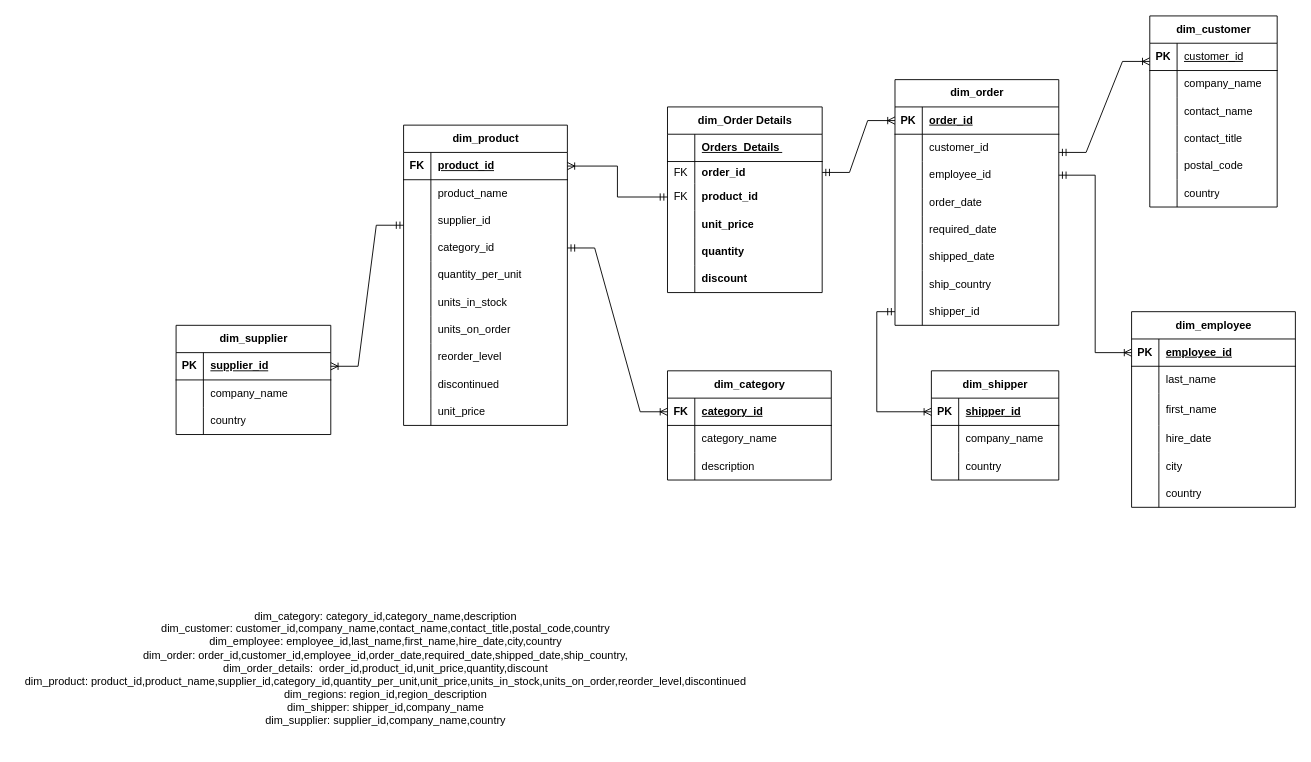
Earlier version of the draw.io diagram Copy of Data storage_final before.drawio (AkhilaJagajjetty/datastorage). Source tidied: cells renumbered, new cells numbered last; positions are measured from the earlier drawing's top-left corner, leaving out a move shared by most shapes. Both pictures are drawn from the tidied source at 91%, with x=0, y=0 at pixel (15, 15).
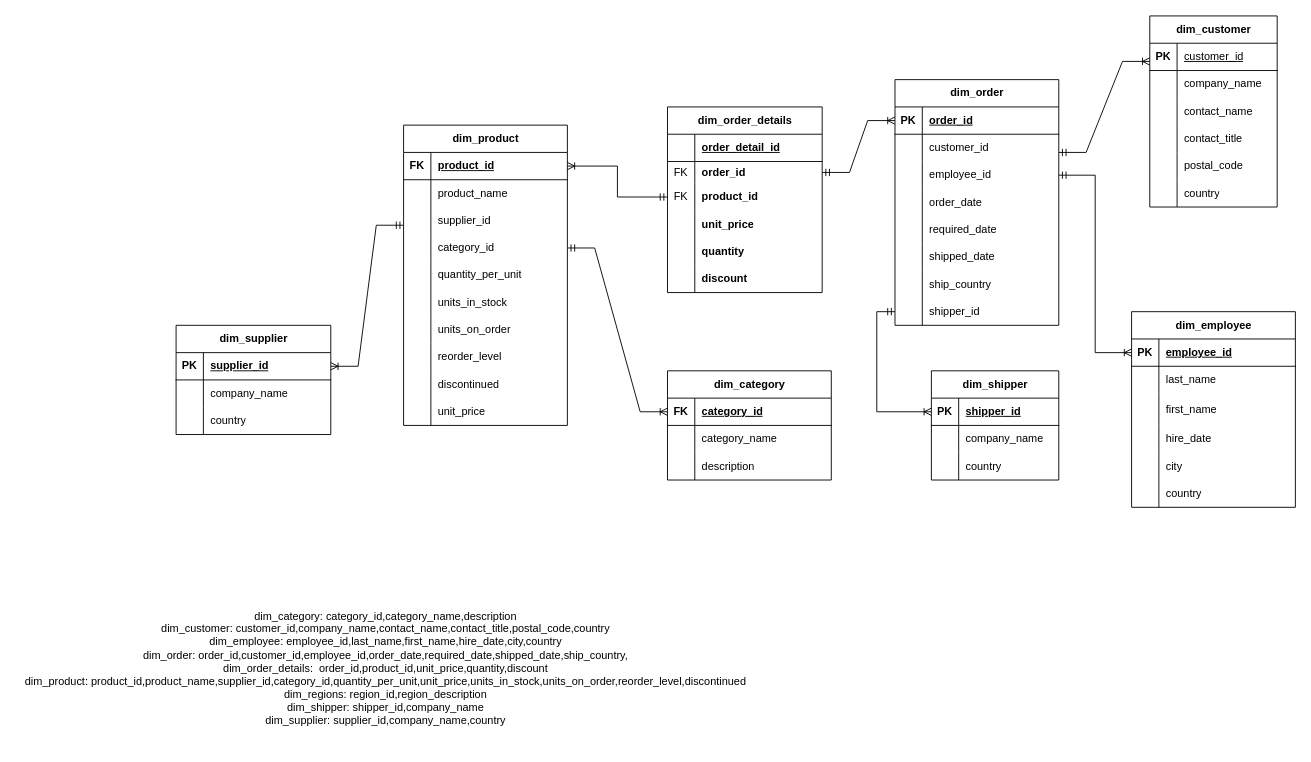
Above is the later version.

The change refers to these unchanged cells:
```xml
<mxCell id="3" style="shape=tableRow;horizontal=0;startSize=0;swimlaneHead=0;swimlaneBody=0;fillColor=none;top=0;left=0;right=0;bottom=1;" parent="2" vertex="1">
  <mxGeometry y="30" width="170" height="30" as="geometry" />
</mxCell>
```

The edit, as a diff of the source:
```diff
@@
-    <mxCell id="2" value="dim_Order Details" style="shape=table;startSize=30;childLayout=tableLayout;rowLines=0;fontStyle=1;align=center;html=1;" parent="1" vertex="1">
+    <mxCell id="2" value="dim_order_details" style="shape=table;startSize=30;childLayout=tableLayout;rowLines=0;fontStyle=1;align=center;html=1;" parent="1" vertex="1">
       <mxGeometry x="716" y="100" width="170" height="204" as="geometry" />
     </mxCell>
@@
-    <mxCell id="5" value="Orders_Details&amp;nbsp;" style="shape=partialRectangle;fillColor=none;top=0;left=0;bottom=0;right=0;align=left;spacingLeft=6;fontStyle=5;overflow=hidden;whiteSpace=wrap;html=1;" parent="3" vertex="1">
+    <mxCell id="5" value="order_detail_id" style="shape=partialRectangle;fillColor=none;top=0;left=0;bottom=0;right=0;align=left;spacingLeft=6;fontStyle=5;overflow=hidden;whiteSpace=wrap;html=1;" parent="3" vertex="1">
       <mxGeometry x="30" width="140" height="30" as="geometry" />
     </mxCell>
```
